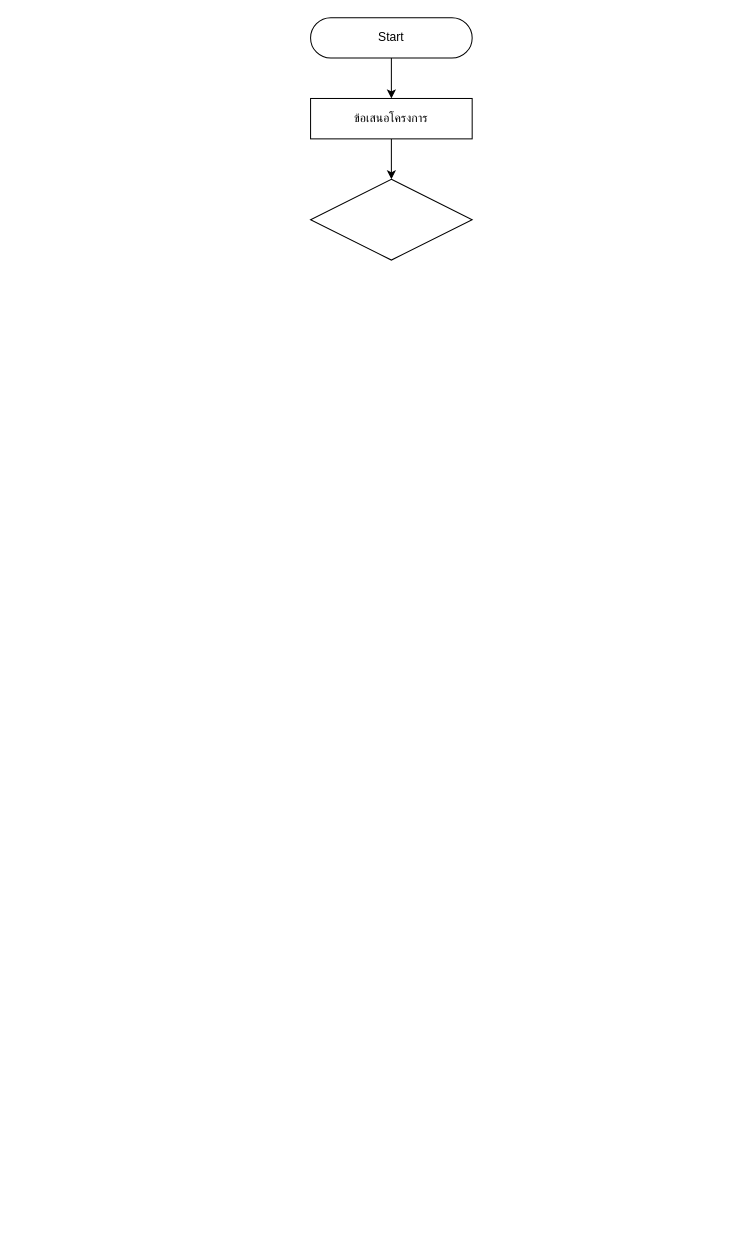
The draw.io diagram integrityAdd.drawio in AL1605/drow.io, before the edit. Source tidied: cells renumbered, new cells numbered last; positions are measured from the earlier drawing's top-left corner, leaving out a move shared by most shapes. Both pictures are drawn from the tidied source at 101%, with x=0, y=0 at pixel (310, 17).
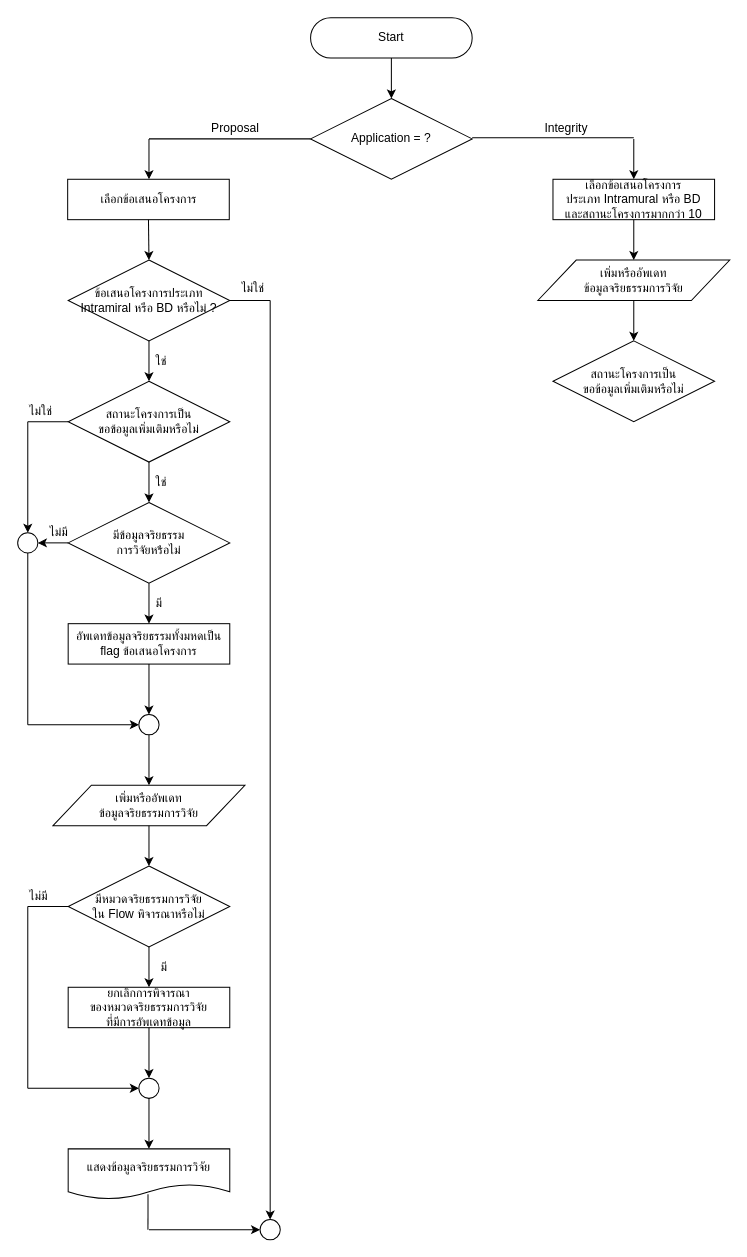
The same diagram, later.

Unchanged cells that the change refers to:
```xml
<mxCell id="2" value="Start" style="rounded=1;whiteSpace=wrap;html=1;arcSize=50;" parent="1" vertex="1">
  <mxGeometry width="160" height="40" as="geometry" />
</mxCell>
```

Diff of the diagram source:
```diff
@@
-    <mxCell id="3" value="ข้อเสนอโครงการ" style="rounded=0;whiteSpace=wrap;html=1;" parent="1" vertex="1">
-      <mxGeometry y="80" width="160" height="40" as="geometry" />
-    </mxCell>
-    <mxCell id="4" style="endArrow=classic;html=1;exitX=0.5;exitY=1;exitDx=0;exitDy=0;entryX=0.5;entryY=0;entryDx=0;entryDy=0;" parent="1" edge="1" source="2" target="3">
-      <mxGeometry relative="1" as="geometry" />
-    </mxCell>
-    <mxCell id="5" style="rhombus;whiteSpace=wrap;html=1;" parent="1" vertex="1">
-      <mxGeometry y="160" width="160" height="80" as="geometry" />
-    </mxCell>
-    <mxCell id="6" style="endArrow=classic;html=1;exitX=0.5;exitY=1;exitDx=0;exitDy=0;entryX=0.5;entryY=0;entryDx=0;entryDy=0;" parent="1" edge="1" source="3" target="5">
-      <mxGeometry relative="1" as="geometry" />
-    </mxCell>
+    <mxCell id="7" style="endArrow=classic;html=1;exitX=0.5;exitY=1;exitDx=0;exitDy=0;" parent="1" edge="1" source="2">
+      <mxGeometry relative="1" as="geometry">
+        <mxPoint x="80" y="80" as="targetPoint" />
+      </mxGeometry>
+    </mxCell>
+    <mxCell id="8" value="Application = ?" style="rhombus;whiteSpace=wrap;html=1;" parent="1" vertex="1">
+      <mxGeometry y="80" width="160" height="80" as="geometry" />
+    </mxCell>
+    <mxCell id="9" style="endArrow=none;html=1;entryX=0;entryY=0.5;entryDx=0;entryDy=0;" parent="1" edge="1" target="8">
+      <mxGeometry relative="1" as="geometry">
+        <mxPoint x="-160" y="120" as="sourcePoint" />
+      </mxGeometry>
+    </mxCell>
+    <mxCell id="10" value="Proposal" style="text;html=1;align=left;verticalAlign=top;spacingTop=-4;" parent="1" vertex="1">
+      <mxGeometry x="-100" y="100" width="60" height="20" as="geometry" />
+    </mxCell>
+    <mxCell id="11" style="endArrow=none;html=1;entryX=0;entryY=0.5;entryDx=0;entryDy=0;" parent="1" edge="1">
+      <mxGeometry relative="1" as="geometry">
+        <mxPoint x="160" y="119" as="sourcePoint" />
+        <mxPoint x="320" y="119" as="targetPoint" />
+      </mxGeometry>
+    </mxCell>
+    <mxCell id="12" value="Integrity" style="text;html=1;align=left;verticalAlign=top;spacingTop=-4;" parent="1" vertex="1">
+      <mxGeometry x="230" y="100" width="60" height="20" as="geometry" />
+    </mxCell>
+    <mxCell id="13" style="endArrow=classic;html=1;exitX=0.5;exitY=1;exitDx=0;exitDy=0;" parent="1" edge="1">
+      <mxGeometry relative="1" as="geometry">
+        <mxPoint x="-160" y="120" as="sourcePoint" />
+        <mxPoint x="-160" y="160" as="targetPoint" />
+      </mxGeometry>
+    </mxCell>
+    <mxCell id="14" value="เพิ่มหรืออัพเดท&lt;br&gt;ข้อมูลจริยธรรมการวิจัย" style="shape=parallelogram;perimeter=parallelogramPerimeter;whiteSpace=wrap;html=1;" parent="1" vertex="1">
+      <mxGeometry x="-255" y="760" width="190" height="40" as="geometry" />
+    </mxCell>
+    <mxCell id="15" value="เลือกข้อเสนอโครงการ" style="rounded=0;whiteSpace=wrap;html=1;" parent="1" vertex="1">
+      <mxGeometry x="-240.5" y="160" width="160" height="40" as="geometry" />
+    </mxCell>
+    <mxCell id="16" style="endArrow=classic;html=1;exitX=0.5;exitY=1;exitDx=0;exitDy=0;" parent="1" edge="1" source="14">
+      <mxGeometry relative="1" as="geometry">
+        <mxPoint x="-160" y="840" as="targetPoint" />
+      </mxGeometry>
+    </mxCell>
+    <mxCell id="17" value="มีหมวดจริยธรรมการวิจัย&lt;br&gt;ใน Flow พิจารณาหรือไม่" style="rhombus;whiteSpace=wrap;html=1;" parent="1" vertex="1">
+      <mxGeometry x="-240" y="840" width="160" height="80" as="geometry" />
+    </mxCell>
+    <mxCell id="18" value="ยกเลิกการพิจารณา&lt;br&gt;ของหมวดจริยธรรมการวิจัย&lt;br&gt;ที่มีการอัพเดทข้อมูล" style="rounded=0;whiteSpace=wrap;html=1;" parent="1" vertex="1">
+      <mxGeometry x="-240" y="960" width="160" height="40" as="geometry" />
+    </mxCell>
+    <mxCell id="19" style="endArrow=classic;html=1;exitX=0.5;exitY=1;exitDx=0;exitDy=0;entryX=0.5;entryY=0;entryDx=0;entryDy=0;" parent="1" edge="1" source="17" target="18">
+      <mxGeometry relative="1" as="geometry" />
+    </mxCell>
+    <mxCell id="20" value="อัพเดทข้อมูลจริยธรรมทั้งมหดเป็น flag ข้อเสนอโครงการ" style="rounded=0;whiteSpace=wrap;html=1;" parent="1" vertex="1">
+      <mxGeometry x="-240" y="600" width="160" height="40" as="geometry" />
+    </mxCell>
+    <mxCell id="21" value="แสดงข้อมูลจริยธรรมการวิจัย" style="shape=document;whiteSpace=wrap;html=1;boundedLbl=1;" parent="1" vertex="1">
+      <mxGeometry x="-240" y="1120" width="160" height="50" as="geometry" />
+    </mxCell>
+    <mxCell id="22" value="มี" style="text;html=1;align=left;verticalAlign=top;spacingTop=-4;" parent="1" vertex="1">
+      <mxGeometry x="-150" y="930" width="20" height="20" as="geometry" />
+    </mxCell>
+    <mxCell id="23" style="ellipse;whiteSpace=wrap;html=1;" parent="1" vertex="1">
+      <mxGeometry x="-170" y="1050" width="20" height="20" as="geometry" />
+    </mxCell>
+    <mxCell id="24" style="endArrow=classic;html=1;entryX=0;entryY=0.5;entryDx=0;entryDy=0;" parent="1" edge="1" target="23">
+      <mxGeometry relative="1" as="geometry">
+        <mxPoint x="-280" y="1060" as="sourcePoint" />
+      </mxGeometry>
+    </mxCell>
+    <mxCell id="25" style="endArrow=none;html=1;" parent="1" edge="1">
+      <mxGeometry relative="1" as="geometry">
+        <mxPoint x="-280" y="1060" as="sourcePoint" />
+        <mxPoint x="-280" y="880" as="targetPoint" />
+      </mxGeometry>
+    </mxCell>
+    <mxCell id="26" style="endArrow=classic;html=1;exitX=0.5;exitY=1;exitDx=0;exitDy=0;entryX=0.5;entryY=0;entryDx=0;entryDy=0;" parent="1" edge="1" source="23" target="21">
+      <mxGeometry relative="1" as="geometry" />
+    </mxCell>
+    <mxCell id="27" style="endArrow=classic;html=1;exitX=0.5;exitY=1;exitDx=0;exitDy=0;entryX=0.5;entryY=0;entryDx=0;entryDy=0;" parent="1" edge="1" source="18" target="23">
+      <mxGeometry relative="1" as="geometry" />
+    </mxCell>
+    <mxCell id="28" value="สถานะโครงการเป็น&lt;br&gt;ขอข้อมูลเพิ่มเติมหรือไม่" style="rhombus;whiteSpace=wrap;html=1;" parent="1" vertex="1">
+      <mxGeometry x="-240" y="360" width="160" height="80" as="geometry" />
+    </mxCell>
+    <mxCell id="29" style="ellipse;whiteSpace=wrap;html=1;" parent="1" vertex="1">
+      <mxGeometry x="-170" y="690" width="20" height="20" as="geometry" />
+    </mxCell>
+    <mxCell id="30" style="endArrow=classic;html=1;exitX=0.5;exitY=1;exitDx=0;exitDy=0;entryX=0.5;entryY=0;entryDx=0;entryDy=0;" parent="1" edge="1" source="20" target="29">
+      <mxGeometry relative="1" as="geometry" />
+    </mxCell>
+    <mxCell id="31" style="endArrow=classic;html=1;exitX=0.5;exitY=1;exitDx=0;exitDy=0;entryX=0.5;entryY=0;entryDx=0;entryDy=0;" parent="1" edge="1" source="29" target="14">
+      <mxGeometry relative="1" as="geometry" />
+    </mxCell>
+    <mxCell id="32" style="endArrow=none;html=1;entryX=0;entryY=0.5;entryDx=0;entryDy=0;" parent="1" edge="1" target="28">
+      <mxGeometry relative="1" as="geometry">
+        <mxPoint x="-280" y="400" as="sourcePoint" />
+      </mxGeometry>
+    </mxCell>
+    <mxCell id="33" style="endArrow=classic;html=1;entryX=0;entryY=0.5;entryDx=0;entryDy=0;" parent="1" edge="1" target="29">
+      <mxGeometry relative="1" as="geometry">
+        <mxPoint x="-280" y="700" as="sourcePoint" />
+      </mxGeometry>
+    </mxCell>
+    <mxCell id="34" value="มีข้อมูลจริยธรรม&lt;br&gt;การวิจัยหรือไม่" style="rhombus;whiteSpace=wrap;html=1;" parent="1" vertex="1">
+      <mxGeometry x="-240" y="480" width="160" height="80" as="geometry" />
+    </mxCell>
+    <mxCell id="35" style="ellipse;whiteSpace=wrap;html=1;" parent="1" vertex="1">
+      <mxGeometry x="-290" y="510" width="20" height="20" as="geometry" />
+    </mxCell>
+    <mxCell id="36" style="endArrow=classic;html=1;entryX=0.5;entryY=0;entryDx=0;entryDy=0;" parent="1" edge="1" target="35">
+      <mxGeometry relative="1" as="geometry">
+        <mxPoint x="-280" y="400" as="sourcePoint" />
+      </mxGeometry>
+    </mxCell>
+    <mxCell id="37" style="endArrow=classic;html=1;exitX=0;exitY=0.5;exitDx=0;exitDy=0;entryX=1;entryY=0.5;entryDx=0;entryDy=0;" parent="1" edge="1" source="34" target="35">
+      <mxGeometry relative="1" as="geometry" />
+    </mxCell>
+    <mxCell id="38" style="endArrow=classic;html=1;exitX=0.5;exitY=1;exitDx=0;exitDy=0;entryX=0.5;entryY=0;entryDx=0;entryDy=0;" parent="1" edge="1" source="28" target="34">
+      <mxGeometry relative="1" as="geometry" />
+    </mxCell>
+    <mxCell id="39" style="endArrow=none;html=1;entryX=0.5;entryY=1;entryDx=0;entryDy=0;" parent="1" edge="1" target="35">
+      <mxGeometry relative="1" as="geometry">
+        <mxPoint x="-280" y="700" as="sourcePoint" />
+      </mxGeometry>
+    </mxCell>
+    <mxCell id="40" style="endArrow=classic;html=1;exitX=0.5;exitY=1;exitDx=0;exitDy=0;entryX=0.5;entryY=0;entryDx=0;entryDy=0;" parent="1" edge="1" source="34" target="20">
+      <mxGeometry relative="1" as="geometry" />
+    </mxCell>
+    <mxCell id="41" style="endArrow=none;html=1;entryX=0;entryY=0.5;entryDx=0;entryDy=0;" parent="1" edge="1" target="17">
+      <mxGeometry relative="1" as="geometry">
+        <mxPoint x="-280" y="880" as="sourcePoint" />
+      </mxGeometry>
+    </mxCell>
+    <mxCell id="42" value="ใช่" style="text;html=1;align=left;verticalAlign=top;spacingTop=-4;" parent="1" vertex="1">
+      <mxGeometry x="-155" y="450" width="30" height="20" as="geometry" />
+    </mxCell>
+    <mxCell id="43" value="ไม่ใช่" style="text;html=1;align=left;verticalAlign=top;spacingTop=-4;" parent="1" vertex="1">
+      <mxGeometry x="-280" y="380" width="40" height="20" as="geometry" />
+    </mxCell>
+    <mxCell id="44" value="มี" style="text;html=1;align=left;verticalAlign=top;spacingTop=-4;" parent="1" vertex="1">
+      <mxGeometry x="-155" y="570" width="20" height="20" as="geometry" />
+    </mxCell>
+    <mxCell id="45" value="ไม่มี" style="text;html=1;align=left;verticalAlign=top;spacingTop=-4;" parent="1" vertex="1">
+      <mxGeometry x="-260" y="500" width="40" height="20" as="geometry" />
+    </mxCell>
+    <mxCell id="46" value="ไม่มี" style="text;html=1;align=left;verticalAlign=top;spacingTop=-4;" parent="1" vertex="1">
+      <mxGeometry x="-280" y="860" width="40" height="20" as="geometry" />
+    </mxCell>
+    <mxCell id="47" value="ข้อเสนอโครงการประเภท&lt;br&gt;Intramiral หรือ BD หรือไม่ ?" style="rhombus;whiteSpace=wrap;html=1;" parent="1" vertex="1">
+      <mxGeometry x="-240" y="240" width="160" height="80" as="geometry" />
+    </mxCell>
+    <mxCell id="48" style="endArrow=classic;html=1;exitX=0.5;exitY=1;exitDx=0;exitDy=0;entryX=0.5;entryY=0;entryDx=0;entryDy=0;" parent="1" edge="1" source="15" target="47">
+      <mxGeometry relative="1" as="geometry" />
+    </mxCell>
+    <mxCell id="49" style="endArrow=classic;html=1;exitX=0.5;exitY=1;exitDx=0;exitDy=0;entryX=0.5;entryY=0;entryDx=0;entryDy=0;" parent="1" edge="1" source="47" target="28">
+      <mxGeometry relative="1" as="geometry" />
+    </mxCell>
+    <mxCell id="50" value="ใช่" style="text;html=1;align=left;verticalAlign=top;spacingTop=-4;" parent="1" vertex="1">
+      <mxGeometry x="-155" y="330" width="30" height="20" as="geometry" />
+    </mxCell>
+    <mxCell id="51" style="endArrow=none;html=1;entryX=1;entryY=0.5;entryDx=0;entryDy=0;" parent="1" edge="1" target="47">
+      <mxGeometry relative="1" as="geometry">
+        <mxPoint x="-40" y="280" as="sourcePoint" />
+      </mxGeometry>
+    </mxCell>
+    <mxCell id="52" style="endArrow=classic;html=1;entryX=0.5;entryY=0;entryDx=0;entryDy=0;" parent="1" edge="1" target="54">
+      <mxGeometry relative="1" as="geometry">
+        <mxPoint x="-40" y="280" as="sourcePoint" />
+      </mxGeometry>
+    </mxCell>
+    <mxCell id="53" value="ไม่ใช่" style="text;html=1;align=left;verticalAlign=top;spacingTop=-4;" parent="1" vertex="1">
+      <mxGeometry x="-70" y="258" width="40" height="20" as="geometry" />
+    </mxCell>
+    <mxCell id="54" style="ellipse;whiteSpace=wrap;html=1;" parent="1" vertex="1">
+      <mxGeometry x="-50" y="1190" width="20" height="20" as="geometry" />
+    </mxCell>
+    <mxCell id="55" style="endArrow=classic;html=1;entryX=0;entryY=0.5;entryDx=0;entryDy=0;" parent="1" edge="1" target="54">
+      <mxGeometry relative="1" as="geometry">
+        <mxPoint x="-160" y="1200" as="sourcePoint" />
+      </mxGeometry>
+    </mxCell>
+    <mxCell id="56" style="endArrow=none;html=1;entryX=0.494;entryY=0.9;entryDx=0;entryDy=0;entryPerimeter=0;" parent="1" edge="1" target="21">
+      <mxGeometry relative="1" as="geometry">
+        <mxPoint x="-161" y="1200" as="sourcePoint" />
+      </mxGeometry>
+    </mxCell>
+    <mxCell id="57" value="เลือกข้อเสนอโครงการ&lt;br&gt;ประเภท Intramural หรือ BD&lt;br&gt;และสถานะโครงการมากกว่า 10" style="rounded=0;whiteSpace=wrap;html=1;" parent="1" vertex="1">
+      <mxGeometry x="240" y="160" width="160" height="40" as="geometry" />
+    </mxCell>
+    <mxCell id="58" style="endArrow=classic;html=1;entryX=0.5;entryY=0;entryDx=0;entryDy=0;" parent="1" edge="1" target="57">
+      <mxGeometry relative="1" as="geometry">
+        <mxPoint x="320" y="120" as="sourcePoint" />
+      </mxGeometry>
+    </mxCell>
+    <mxCell id="59" value="สถานะโครงการเป็น&lt;br&gt;ขอข้อมูลเพิ่มเติมหรือไม่" style="rhombus;whiteSpace=wrap;html=1;" parent="1" vertex="1">
+      <mxGeometry x="240" y="320" width="160" height="80" as="geometry" />
+    </mxCell>
+    <mxCell id="60" value="เพิ่มหรืออัพเดท&lt;br&gt;ข้อมูลจริยธรรมการวิจัย" style="shape=parallelogram;perimeter=parallelogramPerimeter;whiteSpace=wrap;html=1;" parent="1" vertex="1">
+      <mxGeometry x="225" y="240" width="190" height="40" as="geometry" />
+    </mxCell>
+    <mxCell id="61" style="endArrow=classic;html=1;exitX=0.5;exitY=1;exitDx=0;exitDy=0;entryX=0.5;entryY=0;entryDx=0;entryDy=0;" parent="1" edge="1" source="57" target="60">
+      <mxGeometry relative="1" as="geometry" />
+    </mxCell>
+    <mxCell id="62" style="endArrow=classic;html=1;exitX=0.5;exitY=1;exitDx=0;exitDy=0;entryX=0.5;entryY=0;entryDx=0;entryDy=0;" parent="1" edge="1" source="60" target="59">
+      <mxGeometry relative="1" as="geometry" />
+    </mxCell>
```
